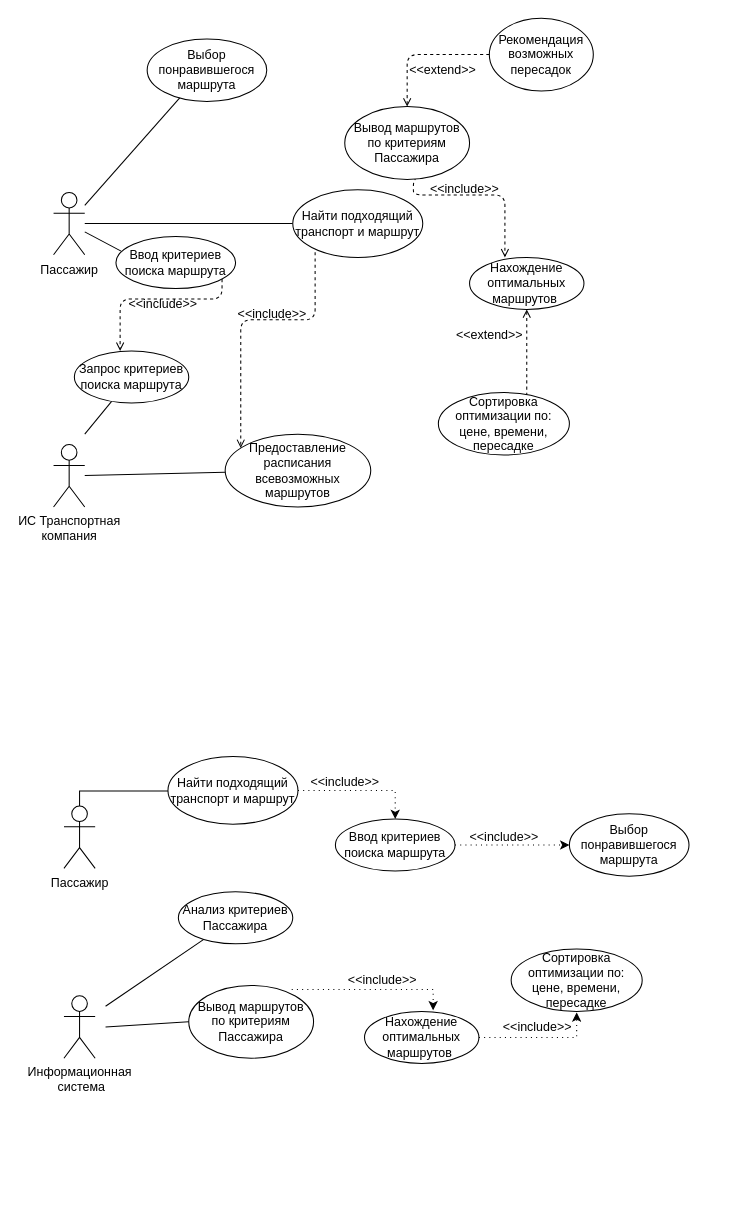
Above: usecase.drawio in Anaastasiya/- (draw.io), before the change. Source tidied: cells renumbered, new cells numbered last; positions are measured from the earlier drawing's top-left corner, leaving out a move shared by most shapes. Both pictures are drawn from the tidied source at 104%, with x=0, y=0 at pixel (53, 18).
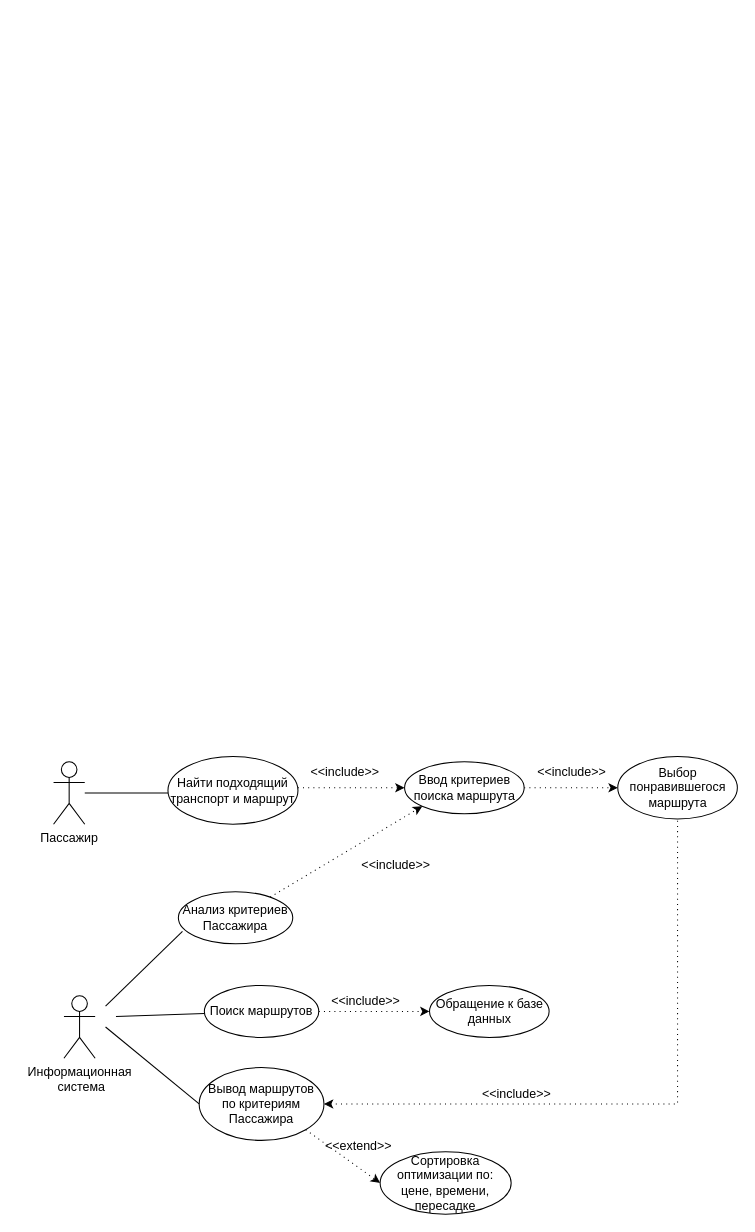
The same page after the edit.

The change refers to these unchanged cells:
```xml
<mxCell id="32" value="&lt;div style=&quot;&quot;&gt;&lt;span style=&quot;background-color: initial;&quot;&gt;Найти подходящий транспорт и маршрут&lt;/span&gt;&lt;/div&gt;" style="ellipse;whiteSpace=wrap;html=1;align=center;" parent="1" vertex="1">
  <mxGeometry x="110" y="710" width="125" height="65" as="geometry" />
</mxCell>
<mxCell id="34" value="Анализ критериев Пассажира" style="ellipse;whiteSpace=wrap;html=1;" parent="1" vertex="1">
  <mxGeometry x="120" y="840" width="110" height="50" as="geometry" />
</mxCell>
```

The edit, as a diff of the source:
```diff
@@
-    <mxCell id="2" style="rounded=1;jettySize=auto;html=1;startArrow=none;startFill=0;endArrow=none;endFill=0;" parent="1" edge="1" source="3" target="18">
-      <mxGeometry relative="1" as="geometry" />
-    </mxCell>
-    <mxCell id="3" value="ИС Транспортная&lt;br&gt;компания" style="shape=umlActor;verticalLabelPosition=bottom;verticalAlign=top;html=1;" parent="1" vertex="1">
-      <mxGeometry y="410" width="30" height="60" as="geometry" />
-    </mxCell>
-    <mxCell id="4" style="edgeStyle=orthogonalEdgeStyle;rounded=0;jettySize=auto;html=1;entryX=0;entryY=0.5;entryDx=0;entryDy=0;endArrow=none;endFill=0;" parent="1" edge="1" source="7" target="9">
-      <mxGeometry relative="1" as="geometry" />
-    </mxCell>
-    <mxCell id="5" style="rounded=0;jettySize=auto;html=1;entryX=0.043;entryY=0.28;entryDx=0;entryDy=0;endArrow=none;endFill=0;entryPerimeter=0;" parent="1" edge="1" source="7" target="14">
-      <mxGeometry relative="1" as="geometry" />
-    </mxCell>
-    <mxCell id="6" style="edgeStyle=none;rounded=0;jettySize=auto;html=1;entryX=0.278;entryY=0.933;entryDx=0;entryDy=0;endArrow=none;endFill=0;entryPerimeter=0;" parent="1" edge="1" target="17">
-      <mxGeometry relative="1" as="geometry">
-        <mxPoint x="30" y="180" as="sourcePoint" />
-      </mxGeometry>
-    </mxCell>
-    <mxCell id="7" value="Пассажир" style="shape=umlActor;verticalLabelPosition=bottom;verticalAlign=top;html=1;" parent="1" vertex="1">
-      <mxGeometry y="167.5" width="30" height="60" as="geometry" />
-    </mxCell>
-    <mxCell id="8" value="Рекомендация возможных пересадок" style="ellipse;whiteSpace=wrap;html=1;" parent="1" vertex="1">
-      <mxGeometry x="419" width="100" height="70" as="geometry" />
-    </mxCell>
-    <mxCell id="9" value="&lt;div style=&quot;&quot;&gt;&lt;span style=&quot;background-color: initial;&quot;&gt;Найти подходящий транспорт и маршрут&lt;/span&gt;&lt;/div&gt;" style="ellipse;whiteSpace=wrap;html=1;align=center;" parent="1" vertex="1">
-      <mxGeometry x="230" y="165" width="125" height="65" as="geometry" />
-    </mxCell>
-    <mxCell id="10" style="edgeStyle=orthogonalEdgeStyle;rounded=1;jettySize=auto;html=1;endArrow=none;endFill=0;dashed=1;startArrow=open;startFill=0;exitX=0.5;exitY=0;exitDx=0;exitDy=0;" parent="1" edge="1" source="12" target="8">
-      <mxGeometry relative="1" as="geometry">
-        <Array as="points">
-          <mxPoint x="340" y="80" />
-          <mxPoint x="340" y="80" />
-        </Array>
-      </mxGeometry>
-    </mxCell>
-    <mxCell id="11" style="edgeStyle=orthogonalEdgeStyle;rounded=1;jettySize=auto;html=1;exitX=0.629;exitY=0.979;exitDx=0;exitDy=0;entryX=0.309;entryY=0;entryDx=0;entryDy=0;entryPerimeter=0;dashed=1;endArrow=open;endFill=0;exitPerimeter=0;" parent="1" edge="1" source="12" target="15">
-      <mxGeometry relative="1" as="geometry">
-        <Array as="points">
-          <mxPoint x="346" y="170" />
-          <mxPoint x="434" y="170" />
-        </Array>
-      </mxGeometry>
-    </mxCell>
-    <mxCell id="12" value="Вывод маршрутов по критериям Пассажира" style="ellipse;whiteSpace=wrap;html=1;" parent="1" vertex="1">
-      <mxGeometry x="280" y="85" width="120" height="70" as="geometry" />
-    </mxCell>
-    <mxCell id="13" value="Запрос критериев поиска маршрута" style="ellipse;whiteSpace=wrap;html=1;" parent="1" vertex="1">
-      <mxGeometry x="20" y="320" width="110" height="50" as="geometry" />
-    </mxCell>
-    <mxCell id="14" value="Ввод критериев поиска маршрута" style="ellipse;whiteSpace=wrap;html=1;" parent="1" vertex="1">
-      <mxGeometry x="60" y="210" width="115" height="50" as="geometry" />
-    </mxCell>
-    <mxCell id="15" value="Нахождение оптимальных маршрутов&amp;nbsp;" style="ellipse;whiteSpace=wrap;html=1;" parent="1" vertex="1">
-      <mxGeometry x="400" y="230" width="110" height="50" as="geometry" />
-    </mxCell>
-    <mxCell id="16" value="Сортировка оптимизации по: цене, времени, пересадке" style="ellipse;whiteSpace=wrap;html=1;" parent="1" vertex="1">
-      <mxGeometry x="370" y="360" width="126" height="60" as="geometry" />
-    </mxCell>
-    <mxCell id="17" value="Выбор понравившегося маршрута" style="ellipse;whiteSpace=wrap;html=1;" parent="1" vertex="1">
-      <mxGeometry x="90" y="20" width="115" height="60" as="geometry" />
-    </mxCell>
-    <mxCell id="18" value="Предоставление расписания всевозможных маршрутов" style="ellipse;whiteSpace=wrap;html=1;" parent="1" vertex="1">
-      <mxGeometry x="165" y="400" width="140" height="70" as="geometry" />
-    </mxCell>
-    <mxCell id="19" value="&amp;lt;&amp;lt;extend&amp;gt;&amp;gt;" style="text;html=1;align=center;verticalAlign=middle;fillColor=none;strokeColor=none;rounded=0;" parent="1" vertex="1">
-      <mxGeometry x="329" y="35" width="90" height="30" as="geometry" />
-    </mxCell>
-    <mxCell id="20" style="edgeStyle=orthogonalEdgeStyle;rounded=1;jettySize=auto;html=1;endArrow=none;endFill=0;dashed=1;startArrow=open;startFill=0;" parent="1" edge="1" source="15" target="16">
-      <mxGeometry relative="1" as="geometry">
-        <Array as="points">
-          <mxPoint x="455" y="340" />
-          <mxPoint x="455" y="340" />
-        </Array>
-      </mxGeometry>
-    </mxCell>
-    <mxCell id="21" value="&amp;lt;&amp;lt;extend&amp;gt;&amp;gt;" style="text;html=1;align=center;verticalAlign=middle;fillColor=none;strokeColor=none;rounded=0;" parent="1" vertex="1">
-      <mxGeometry x="374" y="290" width="90" height="30" as="geometry" />
-    </mxCell>
-    <mxCell id="22" value="&amp;lt;&amp;lt;include&amp;gt;&amp;gt;" style="text;html=1;align=center;verticalAlign=middle;fillColor=none;strokeColor=none;rounded=0;" parent="1" vertex="1">
-      <mxGeometry x="350" y="150" width="90" height="30" as="geometry" />
-    </mxCell>
-    <mxCell id="23" style="edgeStyle=orthogonalEdgeStyle;rounded=1;jettySize=auto;html=1;endArrow=open;endFill=0;exitX=0.172;exitY=0.923;exitDx=0;exitDy=0;dashed=1;startArrow=none;startFill=0;exitPerimeter=0;" parent="1" edge="1" source="9" target="18">
-      <mxGeometry relative="1" as="geometry">
-        <Array as="points">
-          <mxPoint x="252" y="290" />
-          <mxPoint x="180" y="290" />
-        </Array>
-      </mxGeometry>
-    </mxCell>
-    <mxCell id="24" value="&amp;lt;&amp;lt;include&amp;gt;&amp;gt;" style="text;html=1;align=center;verticalAlign=middle;fillColor=none;strokeColor=none;rounded=0;" parent="1" vertex="1">
-      <mxGeometry x="165" y="270" width="90" height="30" as="geometry" />
-    </mxCell>
-    <mxCell id="25" style="rounded=0;jettySize=auto;html=1;endArrow=none;endFill=0;" parent="1" edge="1" target="13">
-      <mxGeometry relative="1" as="geometry">
-        <mxPoint x="30" y="400" as="sourcePoint" />
-      </mxGeometry>
-    </mxCell>
-    <mxCell id="26" style="edgeStyle=orthogonalEdgeStyle;rounded=1;jettySize=auto;html=1;endArrow=open;endFill=0;dashed=1;startArrow=none;startFill=0;" parent="1" edge="1" source="14">
-      <mxGeometry relative="1" as="geometry">
-        <mxPoint x="64" y="320" as="targetPoint" />
-        <Array as="points">
-          <mxPoint x="162" y="270" />
-          <mxPoint x="64" y="270" />
-        </Array>
-      </mxGeometry>
-    </mxCell>
-    <mxCell id="27" value="&amp;lt;&amp;lt;include&amp;gt;&amp;gt;" style="text;html=1;align=center;verticalAlign=middle;fillColor=none;strokeColor=none;rounded=0;" parent="1" vertex="1">
-      <mxGeometry x="60" y="260" width="90" height="30" as="geometry" />
-    </mxCell>
@@
     <mxCell id="30" value="Пассажир" style="shape=umlActor;verticalLabelPosition=bottom;verticalAlign=top;html=1;" parent="1" vertex="1">
-      <mxGeometry x="10" y="757.5" width="30" height="60" as="geometry" />
+      <mxGeometry y="715" width="30" height="60" as="geometry" />
     </mxCell>
-    <mxCell id="31" style="edgeStyle=orthogonalEdgeStyle;rounded=0;jettySize=auto;html=1;entryX=0.5;entryY=0;entryDx=0;entryDy=0;dashed=1;dashPattern=1 4;" parent="1" edge="1" source="32" target="36">
-      <mxGeometry relative="1" as="geometry" />
+    <mxCell id="31" style="edgeStyle=orthogonalEdgeStyle;rounded=0;jettySize=auto;html=1;dashed=1;dashPattern=1 4;entryX=0;entryY=0.5;entryDx=0;entryDy=0;" parent="1" edge="1" source="32" target="36">
+      <mxGeometry relative="1" as="geometry">
+        <Array as="points">
+          <mxPoint x="250" y="740" />
+          <mxPoint x="250" y="740" />
+        </Array>
+      </mxGeometry>
     </mxCell>
@@
+    <mxCell id="48" style="edgeStyle=orthogonalEdgeStyle;rounded=0;jettySize=auto;html=1;exitX=1;exitY=0.5;exitDx=0;exitDy=0;entryX=0.5;entryY=1;entryDx=0;entryDy=0;dashed=1;dashPattern=1 4;endArrow=none;endFill=0;startArrow=classic;startFill=1;" parent="1" edge="1" source="33" target="38">
+      <mxGeometry relative="1" as="geometry" />
+    </mxCell>
     <mxCell id="33" value="Вывод маршрутов по критериям Пассажира" style="ellipse;whiteSpace=wrap;html=1;" parent="1" vertex="1">
-      <mxGeometry x="130" y="930" width="120" height="70" as="geometry" />
+      <mxGeometry x="140" y="1009" width="120" height="70" as="geometry" />
     </mxCell>
@@
     <mxCell id="36" value="Ввод критериев поиска маршрута" style="ellipse;whiteSpace=wrap;html=1;" parent="1" vertex="1">
-      <mxGeometry x="271" y="770" width="115" height="50" as="geometry" />
+      <mxGeometry x="337.5" y="715" width="115" height="50" as="geometry" />
     </mxCell>
     <mxCell id="37" value="Сортировка оптимизации по: цене, времени, пересадке" style="ellipse;whiteSpace=wrap;html=1;" parent="1" vertex="1">
-      <mxGeometry x="440" y="895" width="126" height="60" as="geometry" />
+      <mxGeometry x="314" y="1090" width="126" height="60" as="geometry" />
     </mxCell>
     <mxCell id="38" value="Выбор понравившегося маршрута" style="ellipse;whiteSpace=wrap;html=1;" parent="1" vertex="1">
-      <mxGeometry x="496" y="765" width="115" height="60" as="geometry" />
+      <mxGeometry x="542.5" y="710" width="115" height="60" as="geometry" />
     </mxCell>
-    <mxCell id="39" style="rounded=0;jettySize=auto;html=1;endArrow=none;endFill=0;" parent="1" edge="1" target="34">
+    <mxCell id="39" style="rounded=0;jettySize=auto;html=1;endArrow=none;endFill=0;entryX=0.036;entryY=0.76;entryDx=0;entryDy=0;entryPerimeter=0;" parent="1" edge="1" target="34">
       <mxGeometry relative="1" as="geometry">
         <mxPoint x="50" y="950" as="sourcePoint" />
       </mxGeometry>
     </mxCell>
     <mxCell id="40" value="&amp;lt;&amp;lt;include&amp;gt;&amp;gt;" style="text;html=1;align=center;verticalAlign=middle;fillColor=none;strokeColor=none;rounded=0;" parent="1" vertex="1">
-      <mxGeometry x="235" y="720" width="90" height="30" as="geometry" />
+      <mxGeometry x="235" y="710" width="90" height="30" as="geometry" />
     </mxCell>
     <mxCell id="41" value="&amp;lt;&amp;lt;include&amp;gt;&amp;gt;" style="text;html=1;align=center;verticalAlign=middle;fillColor=none;strokeColor=none;rounded=0;" parent="1" vertex="1">
-      <mxGeometry x="388" y="772.5" width="90" height="30" as="geometry" />
+      <mxGeometry x="452.5" y="710" width="90" height="30" as="geometry" />
     </mxCell>
-    <mxCell id="42" value="Нахождение оптимальных маршрутов&amp;nbsp;" style="ellipse;whiteSpace=wrap;html=1;" parent="1" vertex="1">
-      <mxGeometry x="299" y="955" width="110" height="50" as="geometry" />
-    </mxCell>
@@
-    <mxCell id="44" style="edgeStyle=orthogonalEdgeStyle;rounded=0;jettySize=auto;html=1;dashed=1;dashPattern=1 4;exitX=0.825;exitY=0.057;exitDx=0;exitDy=0;entryX=0.6;entryY=-0.02;entryDx=0;entryDy=0;entryPerimeter=0;exitPerimeter=0;" parent="1" edge="1" source="33" target="42">
+    <mxCell id="44" style="rounded=0;jettySize=auto;html=1;dashed=1;dashPattern=1 4;exitX=1;exitY=1;exitDx=0;exitDy=0;entryX=0;entryY=0.5;entryDx=0;entryDy=0;" parent="1" edge="1" source="33" target="37">
       <mxGeometry relative="1" as="geometry" />
     </mxCell>
-    <mxCell id="45" value="&amp;lt;&amp;lt;include&amp;gt;&amp;gt;" style="text;html=1;align=center;verticalAlign=middle;fillColor=none;strokeColor=none;rounded=0;" parent="1" vertex="1">
-      <mxGeometry x="271" y="910" width="90" height="30" as="geometry" />
+    <mxCell id="45" value="&amp;lt;&amp;lt;extend&amp;gt;&amp;gt;" style="text;html=1;align=center;verticalAlign=middle;fillColor=none;strokeColor=none;rounded=0;" parent="1" vertex="1">
+      <mxGeometry x="247.5" y="1070" width="90" height="30" as="geometry" />
     </mxCell>
-    <mxCell id="46" style="edgeStyle=orthogonalEdgeStyle;rounded=0;jettySize=auto;html=1;dashed=1;dashPattern=1 4;exitX=1;exitY=0.5;exitDx=0;exitDy=0;entryX=0.922;entryY=0.033;entryDx=0;entryDy=0;entryPerimeter=0;" parent="1" edge="1" source="42" target="47">
-      <mxGeometry relative="1" as="geometry">
-        <Array as="points">
-          <mxPoint x="503" y="980" />
-        </Array>
-      </mxGeometry>
-    </mxCell>
-    <mxCell id="47" value="&amp;lt;&amp;lt;include&amp;gt;&amp;gt;" style="text;html=1;align=center;verticalAlign=middle;points=[];fillColor=none;strokeColor=none;rounded=0;" parent="1" vertex="1">
-      <mxGeometry x="420" y="955" width="90" height="30" as="geometry" />
-    </mxCell>
+    <mxCell id="49" style="edgeStyle=orthogonalEdgeStyle;rounded=0;jettySize=auto;html=1;entryX=0;entryY=0.5;entryDx=0;entryDy=0;dashed=1;dashPattern=1 4;exitX=1;exitY=0.5;exitDx=0;exitDy=0;" parent="1" edge="1" source="52" target="50">
+      <mxGeometry relative="1" as="geometry" />
+    </mxCell>
+    <mxCell id="50" value="Обращение к базе данных" style="ellipse;whiteSpace=wrap;html=1;" parent="1" vertex="1">
+      <mxGeometry x="361.5" y="930" width="115" height="50" as="geometry" />
+    </mxCell>
+    <mxCell id="51" value="&amp;lt;&amp;lt;include&amp;gt;&amp;gt;" style="text;html=1;align=center;verticalAlign=middle;fillColor=none;strokeColor=none;rounded=0;" parent="1" vertex="1">
+      <mxGeometry x="255" y="930" width="90" height="30" as="geometry" />
+    </mxCell>
+    <mxCell id="52" value="Поиск маршрутов" style="ellipse;whiteSpace=wrap;html=1;" parent="1" vertex="1">
+      <mxGeometry x="145" y="930" width="110" height="50" as="geometry" />
+    </mxCell>
+    <mxCell id="53" style="rounded=0;jettySize=auto;html=1;endArrow=none;endFill=0;" parent="1" edge="1" target="52">
+      <mxGeometry relative="1" as="geometry">
+        <mxPoint x="60" y="960" as="sourcePoint" />
+      </mxGeometry>
+    </mxCell>
+    <mxCell id="54" style="rounded=0;jettySize=auto;html=1;dashed=1;dashPattern=1 4;entryX=0;entryY=1;entryDx=0;entryDy=0;" parent="1" edge="1" source="34" target="36">
+      <mxGeometry relative="1" as="geometry" />
+    </mxCell>
+    <mxCell id="55" value="&amp;lt;&amp;lt;include&amp;gt;&amp;gt;" style="text;html=1;align=center;verticalAlign=middle;fillColor=none;strokeColor=none;rounded=0;rotation=0;" parent="1" vertex="1">
+      <mxGeometry x="284" y="800" width="90" height="30" as="geometry" />
+    </mxCell>
+    <mxCell id="56" value="&amp;lt;&amp;lt;include&amp;gt;&amp;gt;" style="text;html=1;align=center;verticalAlign=middle;fillColor=none;strokeColor=none;rounded=0;" parent="1" vertex="1">
+      <mxGeometry x="400" y="1020" width="90" height="30" as="geometry" />
+    </mxCell>
```
